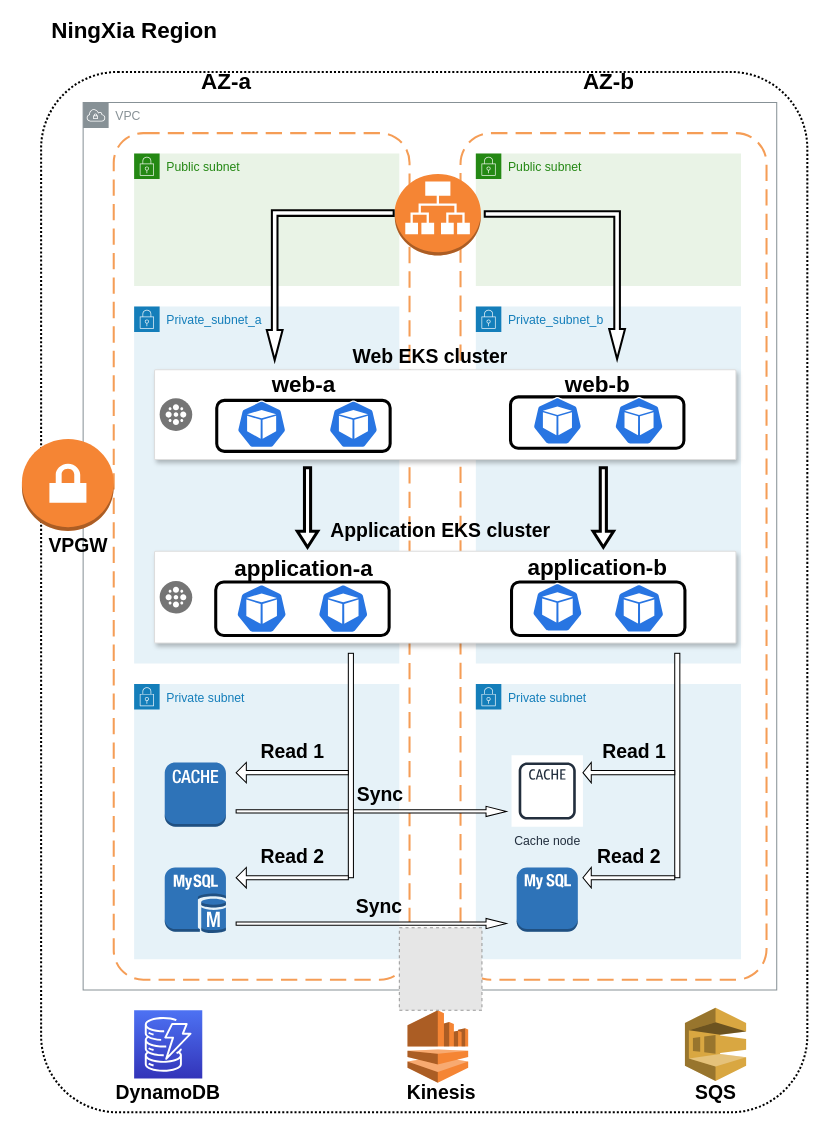
The draw.io diagram Untitled Diagram.drawio in WangMichael/threapy-box, before the edit. Source tidied: cells renumbered, new cells numbered last; positions are measured from the earlier drawing's top-left corner, leaving out a move shared by most shapes. Both pictures are drawn from the tidied source at 102%, with x=0, y=0 at pixel (21, 20). Pictures stored in the file or linked from it are replaced by grey dashed boxes.
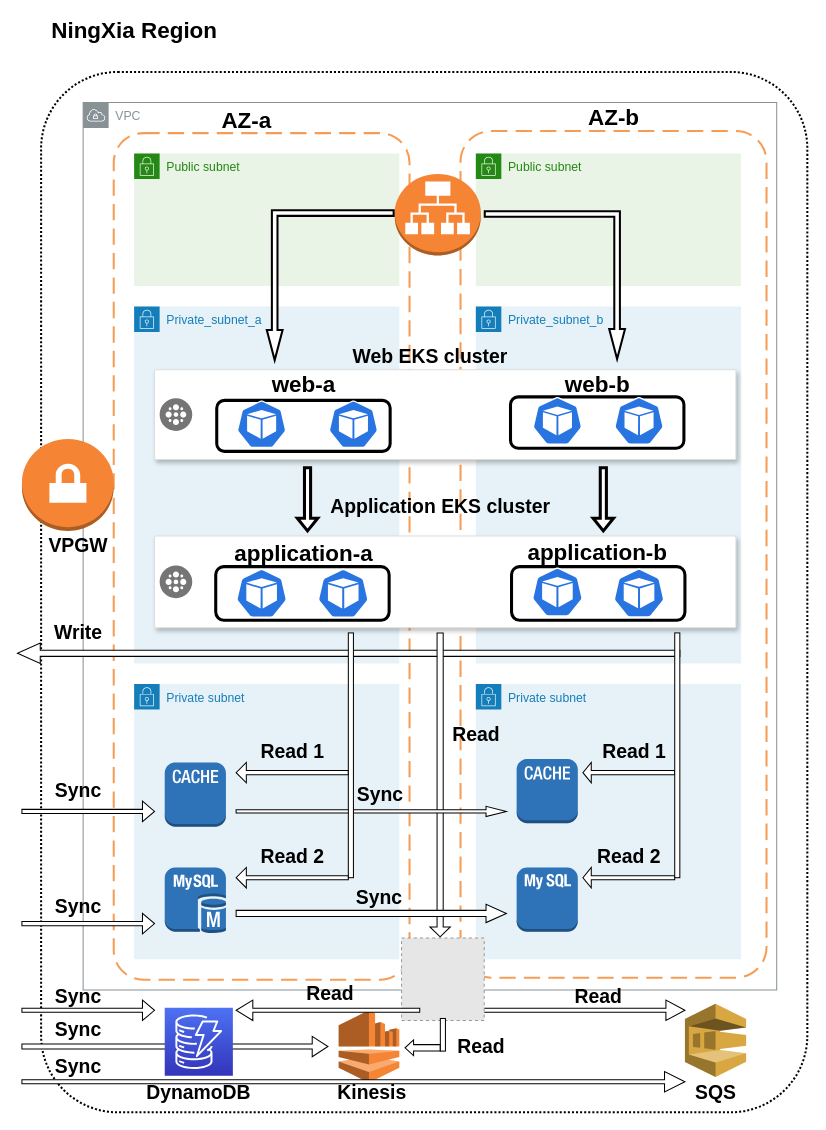
After the change.

What changed in the source:
```diff
@@
+    <mxCell id="69" style="shape=singleArrow;direction=west;whiteSpace=wrap;html=1;shadow=0;dashed=0;strokeWidth=1;fontSize=1;arrowWidth=0.2;arrowSize=0.09090909090909091;flipH=1;flipV=0;" parent="1" vertex="1">
+      <mxGeometry x="445" y="960" width="205" height="20" as="geometry" />
+    </mxCell>
@@
     <mxCell id="6" style="rounded=1;arcSize=10;dashed=1;strokeColor=#F59D56;fillColor=none;gradientColor=none;dashPattern=8 4;strokeWidth=2;" parent="1" vertex="1">
-      <mxGeometry x="430" y="110" width="300" height="830" as="geometry" />
+      <mxGeometry x="430" y="108" width="300" height="830" as="geometry" />
     </mxCell>
     <mxCell id="7" value="&lt;b&gt;&lt;font style=&quot;font-size: 22px&quot;&gt;AZ-a&lt;/font&gt;&lt;/b&gt;" style="text;html=1;align=center;verticalAlign=middle;" parent="1" vertex="1">
-      <mxGeometry x="170" y="50" width="60" height="20" as="geometry" />
+      <mxGeometry x="190" y="88" width="60" height="20" as="geometry" />
     </mxCell>
     <mxCell id="8" value="&lt;b&gt;&lt;font style=&quot;font-size: 22px&quot;&gt;AZ-b&lt;/font&gt;&lt;/b&gt;" style="text;html=1;align=center;verticalAlign=middle;" parent="1" vertex="1">
-      <mxGeometry x="540" y="50" width="70" height="20" as="geometry" />
+      <mxGeometry x="545" y="86" width="70" height="20" as="geometry" />
     </mxCell>
@@
     <mxCell id="15" style="strokeColor=#dddddd;shadow=1;strokeWidth=1;rounded=1;absoluteArcSize=1;arcSize=2;" parent="1" vertex="1">
-      <mxGeometry x="130" y="520" width="570" height="90" as="geometry" />
+      <mxGeometry x="130" y="505" width="570" height="90" as="geometry" />
     </mxCell>
@@
     <mxCell id="36" value="&lt;font style=&quot;font-size: 19px&quot;&gt;&lt;b&gt;Application EKS cluster&lt;/b&gt;&lt;/font&gt;" style="text;html=1;align=center;verticalAlign=middle;" parent="1" vertex="1">
-      <mxGeometry x="295" y="490" width="230" height="20" as="geometry" />
+      <mxGeometry x="295" y="467" width="230" height="20" as="geometry" />
     </mxCell>
     <mxCell id="37" style="shape=singleArrow;direction=south;whiteSpace=wrap;html=1;strokeWidth=3;" parent="1" vertex="1">
-      <mxGeometry x="560" y="438" width="20" height="78" as="geometry" />
+      <mxGeometry x="560" y="438" width="20" height="62" as="geometry" />
     </mxCell>
@@
     <mxCell id="39" style="shape=singleArrow;direction=south;whiteSpace=wrap;html=1;strokeWidth=3;" parent="1" vertex="1">
-      <mxGeometry x="270" y="438" width="20" height="78" as="geometry" />
+      <mxGeometry x="270" y="438" width="20" height="62" as="geometry" />
     </mxCell>
@@
-    <mxCell id="45" value="Cache node" style="fontColor=#232F3E;gradientColor=none;strokeColor=#232F3E;fillColor=#ffffff;dashed=0;verticalLabelPosition=bottom;verticalAlign=top;align=center;html=1;fontSize=12;fontStyle=0;shape=mxgraph.aws4.resourceIcon;resIcon=mxgraph.aws4.cache_node;" parent="1" vertex="1">
-      <mxGeometry x="480" y="720" width="70" height="70" as="geometry" />
-    </mxCell>
-    <mxCell id="46" style="html=1;shadow=0;dashed=0;align=center;verticalAlign=middle;shape=mxgraph.arrows2.arrow;dy=0.67;dx=20;notch=0;strokeWidth=1;perimeterSpacing=6;fontSize=1;" parent="1" vertex="1">
-      <mxGeometry x="210" y="770" width="265" height="10" as="geometry" />
-    </mxCell>
-    <mxCell id="47" style="html=1;shadow=0;dashed=0;align=center;verticalAlign=middle;shape=mxgraph.arrows2.arrow;dy=0.67;dx=20;notch=0;strokeWidth=1;perimeterSpacing=6;fontSize=1;" parent="1" vertex="1">
-      <mxGeometry x="210" y="880" width="265" height="10" as="geometry" />
-    </mxCell>
-    <mxCell id="48" style="rounded=0;whiteSpace=wrap;html=1;shadow=0;dashed=0;strokeWidth=1;fontSize=1;" parent="1" vertex="1">
-      <mxGeometry x="320" y="620" width="5" height="220" as="geometry" />
-    </mxCell>
@@
-    <mxCell id="51" style="rounded=0;whiteSpace=wrap;html=1;shadow=0;dashed=0;strokeWidth=1;fontSize=1;" parent="1" vertex="1">
-      <mxGeometry x="640" y="620" width="5" height="220" as="geometry" />
-    </mxCell>
@@
     <mxCell id="55" style="dashed=0;verticalLabelPosition=bottom;verticalAlign=top;align=center;html=1;shape=mxgraph.aws3.kinesis;fillColor=#F58534;gradientColor=none;shadow=0;strokeWidth=1;fontSize=1;" parent="1" vertex="1">
-      <mxGeometry x="378" y="970" width="59.5" height="71" as="geometry" />
+      <mxGeometry x="310.5" y="970" width="59.5" height="71" as="geometry" />
     </mxCell>
     <mxCell id="56" style="dashed=0;verticalLabelPosition=bottom;verticalAlign=top;align=center;html=1;shape=mxgraph.aws3.sqs;fillColor=#D9A741;gradientColor=none;shadow=0;strokeWidth=1;fontSize=1;" parent="1" vertex="1">
-      <mxGeometry x="650" y="967.4" width="60" height="72" as="geometry" />
+      <mxGeometry x="650" y="963.5" width="60" height="72" as="geometry" />
     </mxCell>
     <mxCell id="57" style="fillColor=#E6E6E6;strokeColor=#999999;dashed=1;verticalLabelPosition=bottom;verticalAlign=top;" parent="1" vertex="1">
-      <mxGeometry x="370" y="889" width="81" height="81" as="geometry" />
+      <mxGeometry x="372.2" y="899" width="81" height="81" as="geometry" />
     </mxCell>
@@
     <mxCell id="59" value="&lt;span style=&quot;font-size: 19px&quot;&gt;&lt;b&gt;Sync&lt;/b&gt;&lt;/span&gt;" style="text;html=1;align=center;verticalAlign=middle;" parent="1" vertex="1">
-      <mxGeometry x="320" y="859.2" width="60" height="20" as="geometry" />
+      <mxGeometry x="320" y="850" width="60" height="20" as="geometry" />
     </mxCell>
@@
     <mxCell id="65" value="&lt;span style=&quot;font-size: 19px&quot;&gt;&lt;b&gt;Kinesis&lt;/b&gt;&lt;/span&gt;" style="text;html=1;align=center;verticalAlign=middle;" parent="1" vertex="1">
-      <mxGeometry x="371" y="1041" width="80" height="20" as="geometry" />
+      <mxGeometry x="302.5" y="1041" width="80" height="20" as="geometry" />
     </mxCell>
@@
+    <mxCell id="68" value="&lt;span style=&quot;font-size: 19px&quot;&gt;&lt;b&gt;DynamoDB&lt;/b&gt;&lt;/span&gt;" style="text;html=1;align=center;verticalAlign=middle;" parent="1" vertex="1">
+      <mxGeometry x="113.4" y="1041" width="120" height="20" as="geometry" />
+    </mxCell>
+    <mxCell id="70" style="shape=singleArrow;direction=west;whiteSpace=wrap;html=1;shadow=0;dashed=0;strokeWidth=1;fontSize=1;arrowWidth=0.2;arrowSize=0.09090909090909091;flipH=1;" parent="1" vertex="1">
+      <mxGeometry y="765" width="130" height="20" as="geometry" />
+    </mxCell>
+    <mxCell id="71" style="shape=singleArrow;direction=west;whiteSpace=wrap;html=1;shadow=0;dashed=0;strokeWidth=1;fontSize=1;arrowWidth=0.2;arrowSize=0.09090909090909091;flipH=1;" parent="1" vertex="1">
+      <mxGeometry y="875" width="130" height="20" as="geometry" />
+    </mxCell>
+    <mxCell id="72" style="shape=singleArrow;direction=west;whiteSpace=wrap;html=1;shadow=0;dashed=0;strokeWidth=1;fontSize=1;arrowWidth=0.2;arrowSize=0.09090909090909091;flipH=1;" parent="1" vertex="1">
+      <mxGeometry y="960" width="130" height="20" as="geometry" />
+    </mxCell>
+    <mxCell id="73" style="shape=singleArrow;direction=west;whiteSpace=wrap;html=1;shadow=0;dashed=0;strokeWidth=1;fontSize=1;arrowWidth=0.25;arrowSize=0.051351351351351354;flipH=1;" parent="1" vertex="1">
+      <mxGeometry y="995.5" width="300" height="20" as="geometry" />
+    </mxCell>
+    <mxCell id="74" style="shape=singleArrow;direction=west;whiteSpace=wrap;html=1;shadow=0;dashed=0;strokeWidth=1;fontSize=1;arrowWidth=0.2;arrowSize=0.03076923076923077;flipH=1;" parent="1" vertex="1">
+      <mxGeometry y="1030" width="650" height="20" as="geometry" />
+    </mxCell>
+    <mxCell id="75" value="&lt;span style=&quot;font-size: 19px&quot;&gt;&lt;b&gt;Sync&lt;/b&gt;&lt;/span&gt;" style="text;html=1;align=center;verticalAlign=middle;" parent="1" vertex="1">
+      <mxGeometry x="25" y="745" width="60" height="20" as="geometry" />
+    </mxCell>
+    <mxCell id="76" value="&lt;b style=&quot;font-size: 19px&quot;&gt;Sync&lt;/b&gt;" style="text;html=1;align=center;verticalAlign=middle;" parent="1" vertex="1">
+      <mxGeometry x="25" y="859.2" width="60" height="20" as="geometry" />
+    </mxCell>
+    <mxCell id="77" value="&lt;b style=&quot;font-size: 19px&quot;&gt;Sync&lt;/b&gt;" style="text;html=1;align=center;verticalAlign=middle;" parent="1" vertex="1">
+      <mxGeometry x="25" y="947.4" width="60" height="20" as="geometry" />
+    </mxCell>
+    <mxCell id="78" value="&lt;b style=&quot;font-size: 19px&quot;&gt;Sync&lt;/b&gt;" style="text;html=1;align=center;verticalAlign=middle;" parent="1" vertex="1">
+      <mxGeometry x="25" y="980" width="60" height="20" as="geometry" />
+    </mxCell>
+    <mxCell id="79" value="&lt;b style=&quot;font-size: 19px&quot;&gt;Sync&lt;/b&gt;" style="text;html=1;align=center;verticalAlign=middle;" parent="1" vertex="1">
+      <mxGeometry x="25" y="1015.5" width="60" height="20" as="geometry" />
+    </mxCell>
+    <mxCell id="80" style="shape=singleArrow;direction=west;whiteSpace=wrap;html=1;shadow=0;dashed=0;strokeWidth=1;fontSize=1;arrowWidth=0.3;arrowSize=0.03444877342655172;" parent="1" vertex="1">
+      <mxGeometry x="-4.4" y="610" width="649.4" height="20" as="geometry" />
+    </mxCell>
+    <mxCell id="81" value="&lt;span style=&quot;font-size: 19px&quot;&gt;&lt;b&gt;Write&lt;/b&gt;&lt;/span&gt;" style="text;html=1;align=center;verticalAlign=middle;" parent="1" vertex="1">
+      <mxGeometry x="25" y="590" width="60" height="20" as="geometry" />
+    </mxCell>
+    <mxCell id="82" style="shape=singleArrow;direction=south;whiteSpace=wrap;html=1;strokeWidth=1;arrowWidth=0.3;arrowSize=0.03272727272727273;" parent="1" vertex="1">
+      <mxGeometry x="400" y="600" width="20" height="298" as="geometry" />
+    </mxCell>
+    <mxCell id="83" style="shape=singleArrow;direction=west;whiteSpace=wrap;html=1;shadow=0;dashed=0;strokeWidth=1;fontSize=1;arrowWidth=0.2;arrowSize=0.09090909090909091;flipH=0;" parent="1" vertex="1">
+      <mxGeometry x="210" y="960" width="180" height="20" as="geometry" />
+    </mxCell>
     <mxCell id="67" style="fontColor=#232F3E;gradientColor=#4D72F3;gradientDirection=north;fillColor=#3334B9;strokeColor=#ffffff;dashed=0;verticalLabelPosition=bottom;verticalAlign=top;align=center;html=1;fontSize=12;fontStyle=0;shape=mxgraph.aws4.resourceIcon;resIcon=mxgraph.aws4.dynamodb;shadow=0;" parent="1" vertex="1">
-      <mxGeometry x="110" y="970" width="66.8" height="66.8" as="geometry" />
+      <mxGeometry x="140" y="967.4" width="66.8" height="66.8" as="geometry" />
     </mxCell>
-    <mxCell id="68" value="&lt;span style=&quot;font-size: 19px&quot;&gt;&lt;b&gt;DynamoDB&lt;/b&gt;&lt;/span&gt;" style="text;html=1;align=center;verticalAlign=middle;" parent="1" vertex="1">
-      <mxGeometry x="83.4" y="1041" width="120" height="20" as="geometry" />
-    </mxCell>
+    <mxCell id="46" style="html=1;shadow=0;dashed=0;align=center;verticalAlign=middle;shape=mxgraph.arrows2.arrow;dy=0.67;dx=20;notch=0;strokeWidth=1;perimeterSpacing=6;fontSize=1;" parent="1" vertex="1">
+      <mxGeometry x="210" y="770" width="265" height="10" as="geometry" />
+    </mxCell>
+    <mxCell id="47" style="html=1;shadow=0;dashed=0;align=center;verticalAlign=middle;shape=mxgraph.arrows2.arrow;dy=0.67;dx=20;notch=0;strokeWidth=1;perimeterSpacing=6;fontSize=1;" parent="1" vertex="1">
+      <mxGeometry x="210" y="866" width="265" height="18" as="geometry" />
+    </mxCell>
+    <mxCell id="84" value="&lt;b style=&quot;font-size: 19px&quot;&gt;Read&lt;/b&gt;" style="text;html=1;align=center;verticalAlign=middle;" parent="1" vertex="1">
+      <mxGeometry x="272.2" y="943.5" width="60" height="20" as="geometry" />
+    </mxCell>
+    <mxCell id="85" value="&lt;b style=&quot;font-size: 19px&quot;&gt;Read&lt;/b&gt;" style="text;html=1;align=center;verticalAlign=middle;" parent="1" vertex="1">
+      <mxGeometry x="535" y="947.4" width="60" height="20" as="geometry" />
+    </mxCell>
+    <mxCell id="86" value="&lt;b style=&quot;font-size: 19px&quot;&gt;Read&lt;/b&gt;" style="text;html=1;align=center;verticalAlign=middle;" parent="1" vertex="1">
+      <mxGeometry x="415" y="690" width="60" height="20" as="geometry" />
+    </mxCell>
+    <mxCell id="87" style="rounded=0;whiteSpace=wrap;html=1;shadow=0;dashed=0;strokeWidth=1;fontSize=1;" parent="1" vertex="1">
+      <mxGeometry x="410.2" y="978" width="5" height="32" as="geometry" />
+    </mxCell>
+    <mxCell id="88" style="shape=singleArrow;direction=west;whiteSpace=wrap;html=1;shadow=0;dashed=0;strokeWidth=1;fontSize=1;arrowWidth=0.4;arrowSize=0.24330616996507937;" parent="1" vertex="1">
+      <mxGeometry x="375.6" y="999" width="34.4" height="15.5" as="geometry" />
+    </mxCell>
+    <mxCell id="89" value="&lt;b style=&quot;font-size: 19px&quot;&gt;Read&lt;/b&gt;" style="text;html=1;align=center;verticalAlign=middle;" parent="1" vertex="1">
+      <mxGeometry x="420" y="995.5" width="60" height="20" as="geometry" />
+    </mxCell>
+    <mxCell id="48" style="rounded=0;whiteSpace=wrap;html=1;shadow=0;dashed=0;strokeWidth=1;fontSize=1;" parent="1" vertex="1">
+      <mxGeometry x="320" y="600" width="5" height="240" as="geometry" />
+    </mxCell>
+    <mxCell id="51" style="rounded=0;whiteSpace=wrap;html=1;shadow=0;dashed=0;strokeWidth=1;fontSize=1;" parent="1" vertex="1">
+      <mxGeometry x="640" y="600" width="5" height="240" as="geometry" />
+    </mxCell>
+    <mxCell id="90" style="dashed=0;verticalLabelPosition=bottom;verticalAlign=top;align=center;html=1;shape=mxgraph.aws3.cache_node;fillColor=#2E73B8;gradientColor=none;strokeWidth=7;" parent="1" vertex="1">
+      <mxGeometry x="485" y="723.5" width="60" height="63" as="geometry" />
+    </mxCell>
```
